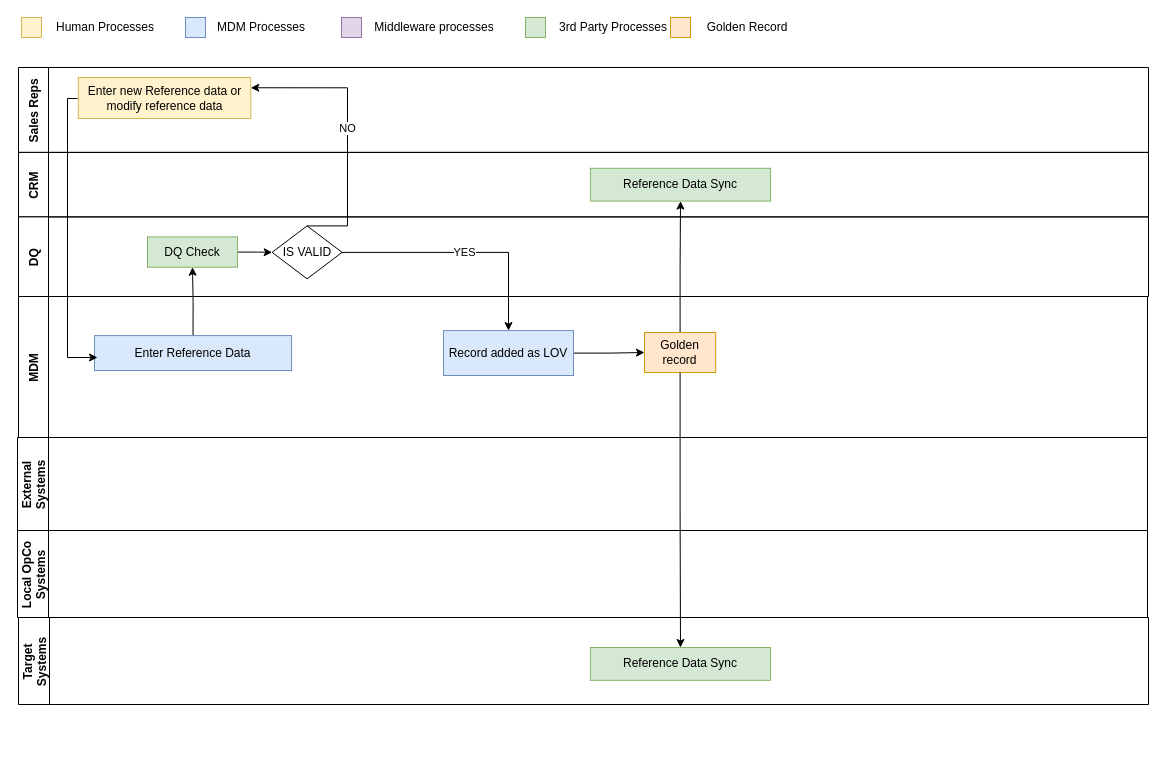
Before: page "Reference Data Update" (3 of 8) of MDM-Processes.drawio in biswarup81/drawings, a draw.io diagram. Source tidied: cells renumbered, new cells numbered last; positions are measured from the earlier drawing's top-left corner, leaving out a move shared by most shapes. Both pictures are drawn from the tidied source at 100%, with x=0, y=0 at pixel (17, 17).
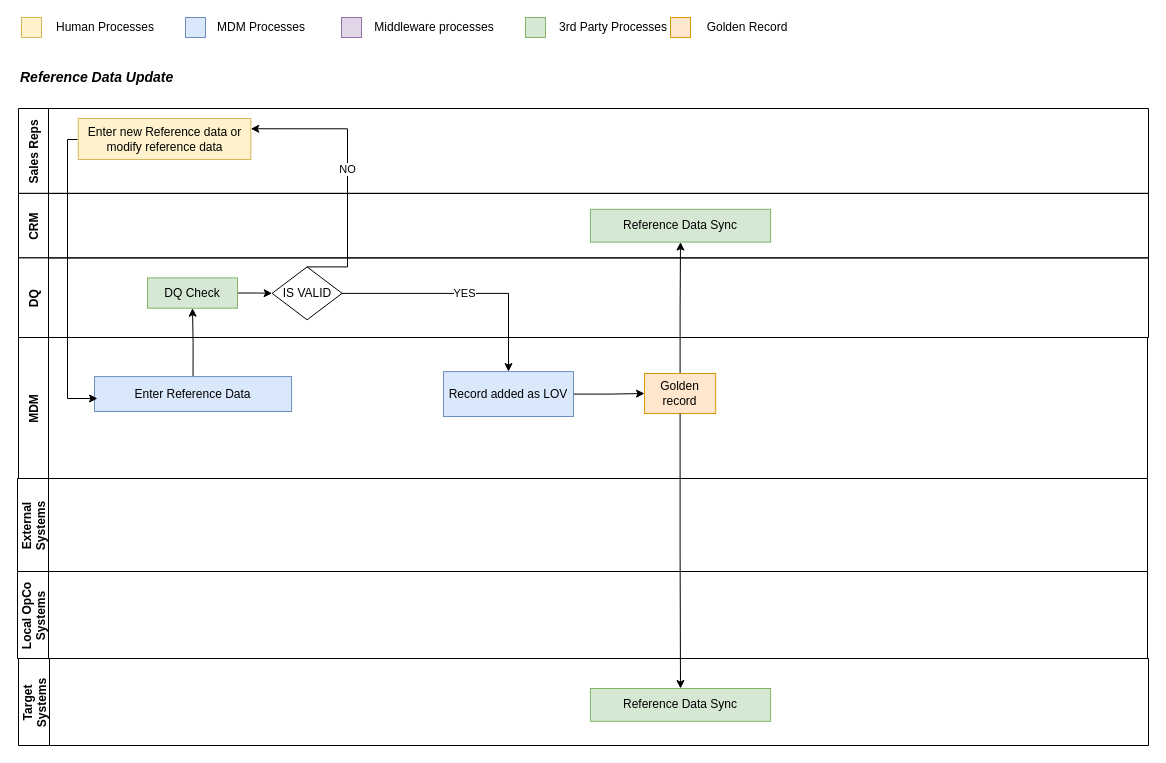
After the change.

Diff of the diagram source:
```diff
@@
     <mxCell id="2" style="group;" parent="1" vertex="1">
-      <mxGeometry x="1" y="80" width="1130" height="366.7" as="geometry" />
+      <mxGeometry x="1" y="121" width="1130" height="366.7" as="geometry" />
     </mxCell>
@@
     <mxCell id="20" value="MDM" style="swimlane;startSize=30;horizontal=0;" parent="1" vertex="1">
-      <mxGeometry x="1" y="279" width="1129" height="141" as="geometry" />
+      <mxGeometry x="1" y="320" width="1129" height="141" as="geometry" />
     </mxCell>
@@
     <mxCell id="31" value="Local OpCo&#10;Systems" style="swimlane;startSize=31;horizontal=0;" parent="1" vertex="1">
-      <mxGeometry y="513" width="1130" height="87" as="geometry" />
+      <mxGeometry y="554" width="1130" height="87" as="geometry" />
     </mxCell>
     <mxCell id="32" value="External &#10;Systems" style="swimlane;startSize=31;horizontal=0;" parent="1" vertex="1">
-      <mxGeometry y="420" width="1130" height="93" as="geometry" />
+      <mxGeometry y="461" width="1130" height="93" as="geometry" />
     </mxCell>
     <mxCell id="33" value="Target&#10;Systems" style="swimlane;startSize=31;horizontal=0;" parent="1" vertex="1">
-      <mxGeometry x="1" y="600" width="1130" height="87" as="geometry" />
+      <mxGeometry x="1" y="641" width="1130" height="87" as="geometry" />
     </mxCell>
@@
+    <mxCell id="36" value="&lt;div style=&quot;box-sizing: border-box ; font-family: &amp;#34;segoe ui&amp;#34; , , &amp;#34;apple color emoji&amp;#34; , &amp;#34;segoe ui emoji&amp;#34; , sans-serif ; font-size: 14px&quot;&gt;Reference Data Update&lt;/div&gt;" style="text;html=1;strokeColor=none;fillColor=none;align=left;verticalAlign=middle;whiteSpace=wrap;rounded=0;fontFamily=Helvetica;fontSize=12;fontStyle=3;" parent="1" vertex="1">
+      <mxGeometry x="1" y="50" width="519" height="20" as="geometry" />
+    </mxCell>
```
